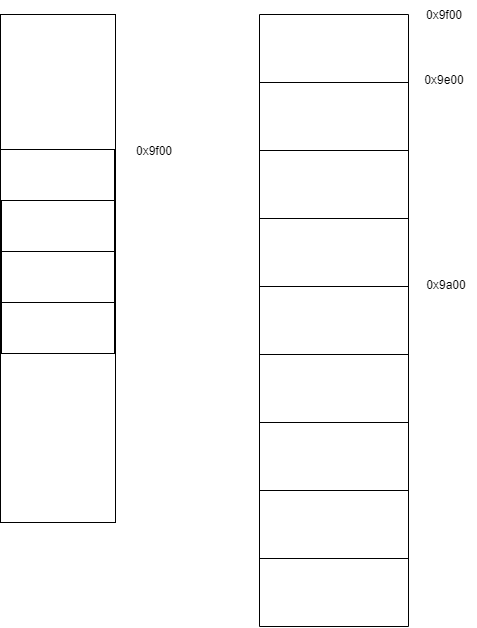
This is OS/内存管理.drawio.png from SixPlusAndTimes/drawio, a draw.io export, as it was before one commit. Source tidied: cells renumbered, new cells last; positions are measured from the earlier drawing's top-left corner, leaving out a move shared by most shapes. Its diagram source:
```xml
<mxGraphModel>
  <root>
    <mxCell id="0" />
    <mxCell id="1" parent="0" />
    <mxCell id="2" style="rounded=0;whiteSpace=wrap;html=1;" parent="1" vertex="1">
      <mxGeometry y="14" width="115" height="508" as="geometry" />
    </mxCell>
    <mxCell id="3" value="0x9a00" style="text;html=1;strokeColor=none;fillColor=none;align=center;verticalAlign=middle;whiteSpace=wrap;rounded=0;" parent="1" vertex="1">
      <mxGeometry x="416" y="269.5" width="60" height="30" as="geometry" />
    </mxCell>
    <mxCell id="4" value="0x9e00" style="text;html=1;strokeColor=none;fillColor=none;align=center;verticalAlign=middle;whiteSpace=wrap;rounded=0;" parent="1" vertex="1">
      <mxGeometry x="414" y="65" width="60" height="30" as="geometry" />
    </mxCell>
    <mxCell id="5" style="rounded=0;whiteSpace=wrap;html=1;" parent="1" vertex="1">
      <mxGeometry y="149" width="114" height="52" as="geometry" />
    </mxCell>
    <mxCell id="6" value="0x9f00" style="text;html=1;strokeColor=none;fillColor=none;align=center;verticalAlign=middle;whiteSpace=wrap;rounded=0;" parent="1" vertex="1">
      <mxGeometry x="124" y="136" width="60" height="30" as="geometry" />
    </mxCell>
    <mxCell id="7" style="rounded=0;whiteSpace=wrap;html=1;" parent="1" vertex="1">
      <mxGeometry x="1" y="200" width="113" height="51" as="geometry" />
    </mxCell>
    <mxCell id="8" style="rounded=0;whiteSpace=wrap;html=1;" parent="1" vertex="1">
      <mxGeometry x="1" y="251" width="113" height="51" as="geometry" />
    </mxCell>
    <mxCell id="9" style="rounded=0;whiteSpace=wrap;html=1;" parent="1" vertex="1">
      <mxGeometry x="1" y="302" width="113" height="51" as="geometry" />
    </mxCell>
    <mxCell id="10" style="shape=table;startSize=0;" parent="1" vertex="1">
      <mxGeometry x="259" y="14" width="149" height="612" as="geometry" />
    </mxCell>
    <mxCell id="11" style="shape=tableRow;horizontal=0;startSize=0;swimlaneHead=0;swimlaneBody=0;top=0;left=0;bottom=0;right=0;fillColor=none;" parent="10" vertex="1">
      <mxGeometry width="149" height="68" as="geometry" />
    </mxCell>
    <mxCell id="12" style="shape=partialRectangle;html=1;whiteSpace=wrap;overflow=hidden;fillColor=none;top=0;left=0;bottom=0;right=0;" parent="11" vertex="1">
      <mxGeometry width="149" height="68" as="geometry" />
    </mxCell>
    <mxCell id="13" style="shape=tableRow;horizontal=0;startSize=0;swimlaneHead=0;swimlaneBody=0;top=0;left=0;bottom=0;right=0;fillColor=none;" parent="10" vertex="1">
      <mxGeometry y="68" width="149" height="68" as="geometry" />
    </mxCell>
    <mxCell id="14" style="shape=partialRectangle;html=1;whiteSpace=wrap;overflow=hidden;fillColor=none;top=0;left=0;bottom=0;right=0;" parent="13" vertex="1">
      <mxGeometry width="149" height="68" as="geometry" />
    </mxCell>
    <mxCell id="15" style="shape=tableRow;horizontal=0;startSize=0;swimlaneHead=0;swimlaneBody=0;top=0;left=0;bottom=0;right=0;fillColor=none;" parent="10" vertex="1">
      <mxGeometry y="136" width="149" height="68" as="geometry" />
    </mxCell>
    <mxCell id="16" style="shape=partialRectangle;html=1;whiteSpace=wrap;overflow=hidden;fillColor=none;top=0;left=0;bottom=0;right=0;" parent="15" vertex="1">
      <mxGeometry width="149" height="68" as="geometry" />
    </mxCell>
    <mxCell id="17" style="shape=tableRow;horizontal=0;startSize=0;swimlaneHead=0;swimlaneBody=0;top=0;left=0;bottom=0;right=0;fillColor=none;" parent="10" vertex="1">
      <mxGeometry y="204" width="149" height="68" as="geometry" />
    </mxCell>
    <mxCell id="18" style="shape=partialRectangle;html=1;whiteSpace=wrap;overflow=hidden;fillColor=none;top=0;left=0;bottom=0;right=0;" parent="17" vertex="1">
      <mxGeometry width="149" height="68" as="geometry" />
    </mxCell>
    <mxCell id="19" style="shape=tableRow;horizontal=0;startSize=0;swimlaneHead=0;swimlaneBody=0;top=0;left=0;bottom=0;right=0;fillColor=none;" parent="10" vertex="1">
      <mxGeometry y="272" width="149" height="68" as="geometry" />
    </mxCell>
    <mxCell id="20" style="shape=partialRectangle;html=1;whiteSpace=wrap;overflow=hidden;fillColor=none;top=0;left=0;bottom=0;right=0;" parent="19" vertex="1">
      <mxGeometry width="149" height="68" as="geometry" />
    </mxCell>
    <mxCell id="21" style="shape=tableRow;horizontal=0;startSize=0;swimlaneHead=0;swimlaneBody=0;top=0;left=0;bottom=0;right=0;fillColor=none;" parent="10" vertex="1">
      <mxGeometry y="340" width="149" height="68" as="geometry" />
    </mxCell>
    <mxCell id="22" value="&lt;table&gt;&lt;tbody&gt;&lt;tr&gt;&lt;td&gt;&lt;br&gt;&lt;/td&gt;&lt;td&gt;&lt;br&gt;&lt;/td&gt;&lt;td&gt;&lt;br&gt;&lt;/td&gt;&lt;/tr&gt;&lt;/tbody&gt;&lt;/table&gt;" style="shape=partialRectangle;html=1;whiteSpace=wrap;overflow=hidden;fillColor=none;top=0;left=0;bottom=0;right=0;" parent="21" vertex="1">
      <mxGeometry width="149" height="68" as="geometry" />
    </mxCell>
    <mxCell id="23" style="shape=tableRow;horizontal=0;startSize=0;swimlaneHead=0;swimlaneBody=0;top=0;left=0;bottom=0;right=0;fillColor=none;" parent="10" vertex="1">
      <mxGeometry y="408" width="149" height="68" as="geometry" />
    </mxCell>
    <mxCell id="24" style="shape=partialRectangle;html=1;whiteSpace=wrap;overflow=hidden;fillColor=none;top=0;left=0;bottom=0;right=0;" parent="23" vertex="1">
      <mxGeometry width="149" height="68" as="geometry" />
    </mxCell>
    <mxCell id="25" style="shape=tableRow;horizontal=0;startSize=0;swimlaneHead=0;swimlaneBody=0;top=0;left=0;bottom=0;right=0;fillColor=none;" parent="10" vertex="1">
      <mxGeometry y="476" width="149" height="68" as="geometry" />
    </mxCell>
    <mxCell id="26" style="shape=partialRectangle;html=1;whiteSpace=wrap;overflow=hidden;fillColor=none;top=0;left=0;bottom=0;right=0;" parent="25" vertex="1">
      <mxGeometry width="149" height="68" as="geometry" />
    </mxCell>
    <mxCell id="27" style="shape=tableRow;horizontal=0;startSize=0;swimlaneHead=0;swimlaneBody=0;top=0;left=0;bottom=0;right=0;fillColor=none;" parent="10" vertex="1">
      <mxGeometry y="544" width="149" height="68" as="geometry" />
    </mxCell>
    <mxCell id="28" style="shape=partialRectangle;html=1;whiteSpace=wrap;overflow=hidden;fillColor=none;top=0;left=0;bottom=0;right=0;" parent="27" vertex="1">
      <mxGeometry width="149" height="68" as="geometry" />
    </mxCell>
    <mxCell id="29" value="0x9f00" style="text;html=1;strokeColor=none;fillColor=none;align=center;verticalAlign=middle;whiteSpace=wrap;rounded=0;" parent="1" vertex="1">
      <mxGeometry x="414" width="60" height="30" as="geometry" />
    </mxCell>
  </root>
</mxGraphModel>
```
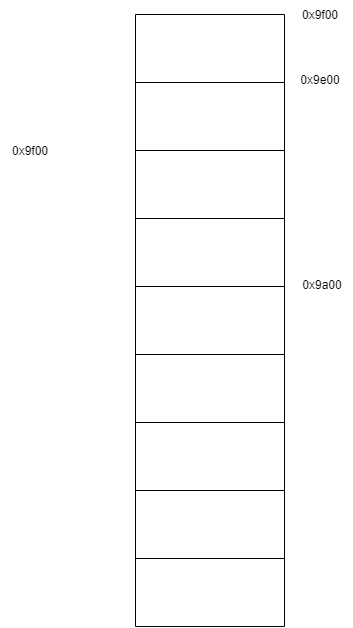
Later version of the same file.

What changed in the source:
```diff
@@ -2,30 +2,15 @@
   <root>
     <mxCell id="0" />
     <mxCell id="1" parent="0" />
-    <mxCell id="2" style="rounded=0;whiteSpace=wrap;html=1;" parent="1" vertex="1">
-      <mxGeometry y="14" width="115" height="508" as="geometry" />
-    </mxCell>
     <mxCell id="3" value="0x9a00" style="text;html=1;strokeColor=none;fillColor=none;align=center;verticalAlign=middle;whiteSpace=wrap;rounded=0;" parent="1" vertex="1">
       <mxGeometry x="416" y="269.5" width="60" height="30" as="geometry" />
     </mxCell>
     <mxCell id="4" value="0x9e00" style="text;html=1;strokeColor=none;fillColor=none;align=center;verticalAlign=middle;whiteSpace=wrap;rounded=0;" parent="1" vertex="1">
       <mxGeometry x="414" y="65" width="60" height="30" as="geometry" />
     </mxCell>
-    <mxCell id="5" style="rounded=0;whiteSpace=wrap;html=1;" parent="1" vertex="1">
-      <mxGeometry y="149" width="114" height="52" as="geometry" />
-    </mxCell>
     <mxCell id="6" value="0x9f00" style="text;html=1;strokeColor=none;fillColor=none;align=center;verticalAlign=middle;whiteSpace=wrap;rounded=0;" parent="1" vertex="1">
       <mxGeometry x="124" y="136" width="60" height="30" as="geometry" />
     </mxCell>
-    <mxCell id="7" style="rounded=0;whiteSpace=wrap;html=1;" parent="1" vertex="1">
-      <mxGeometry x="1" y="200" width="113" height="51" as="geometry" />
-    </mxCell>
-    <mxCell id="8" style="rounded=0;whiteSpace=wrap;html=1;" parent="1" vertex="1">
-      <mxGeometry x="1" y="251" width="113" height="51" as="geometry" />
-    </mxCell>
-    <mxCell id="9" style="rounded=0;whiteSpace=wrap;html=1;" parent="1" vertex="1">
-      <mxGeometry x="1" y="302" width="113" height="51" as="geometry" />
-    </mxCell>
     <mxCell id="10" style="shape=table;startSize=0;" parent="1" vertex="1">
       <mxGeometry x="259" y="14" width="149" height="612" as="geometry" />
     </mxCell>
```
